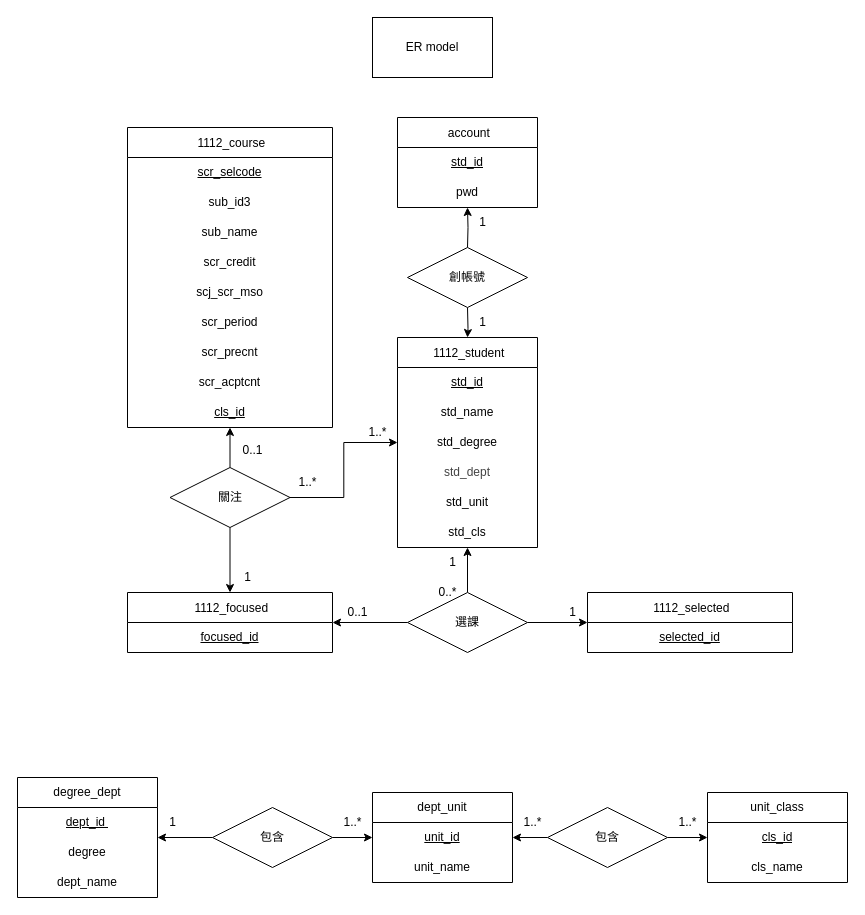
This is DB Schema 設計/ER model.drawio from SparrowTen/FCU_CourseSearch, a draw.io file, before an edit. Source tidied: cells renumbered, new cells numbered last; positions are measured from the earlier drawing's top-left corner, leaving out a move shared by most shapes. Both pictures are drawn from the tidied source at 100%, with x=0, y=0 at pixel (17, 17).
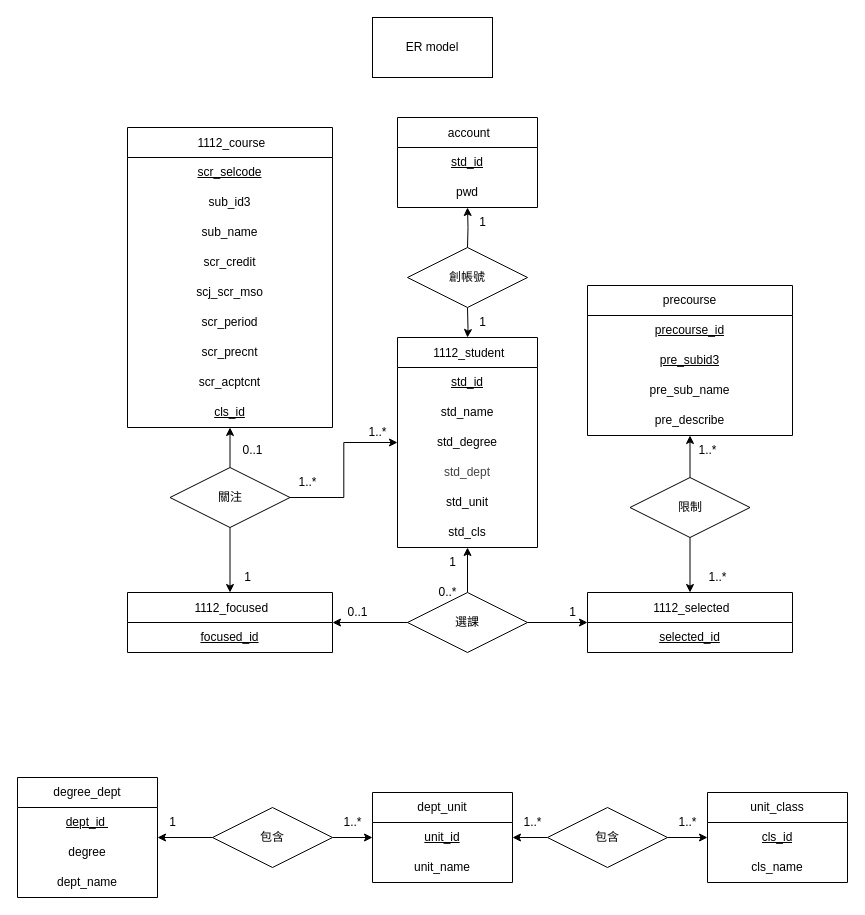
Above is the later version.

Commit message:
新增前置課程

The change refers to these unchanged cells:
```xml
<mxCell id="22" value="&lt;a class=&quot;hover_show_full&quot; href=&quot;http://localhost/phpmyadmin/index.php?route=/sql&amp;amp;pos=0&amp;amp;db=fcu&amp;amp;table=1112_selected&quot; title=&quot;瀏覽&quot; style=&quot;box-sizing: border-box; color: rgb(0, 0, 0); text-decoration-line: none; padding-left: 0.3em; line-height: 1.5em; height: 1.5em; position: relative; z-index: 100; vertical-align: sub; font-size: 12px; text-align: left;&quot;&gt;1112_selected&lt;/a&gt;" style="swimlane;fontStyle=0;horizontal=1;startSize=30;whiteSpace=wrap;html=1;fontFamily=Helvetica;fontSize=12;" parent="1" vertex="1">
  <mxGeometry x="570" y="575" width="205" height="60" as="geometry" />
</mxCell>
```

Diff of the diagram source:
```diff
@@
+    <mxCell id="68" value="precourse" style="swimlane;fontStyle=0;horizontal=1;startSize=30;whiteSpace=wrap;html=1;fontFamily=Helvetica;fontSize=12;" parent="1" vertex="1">
+      <mxGeometry x="570" y="268" width="205" height="150" as="geometry" />
+    </mxCell>
+    <mxCell id="69" value="precourse_id" style="text;strokeColor=none;fillColor=none;align=center;verticalAlign=middle;spacingLeft=4;spacingRight=4;overflow=hidden;whiteSpace=wrap;html=1;fontStyle=4;fontFamily=Helvetica;fontSize=12;" parent="68" vertex="1">
+      <mxGeometry y="30" width="205" height="30" as="geometry" />
+    </mxCell>
+    <mxCell id="70" value="pre_subid3" style="text;strokeColor=none;fillColor=none;align=center;verticalAlign=middle;spacingLeft=4;spacingRight=4;overflow=hidden;whiteSpace=wrap;html=1;fontFamily=Helvetica;fontSize=12;fontStyle=4;" parent="68" vertex="1">
+      <mxGeometry y="60" width="205" height="30" as="geometry" />
+    </mxCell>
+    <mxCell id="71" value="pre_sub_name" style="text;strokeColor=none;fillColor=none;align=center;verticalAlign=middle;spacingLeft=4;spacingRight=4;overflow=hidden;whiteSpace=wrap;html=1;fontFamily=Helvetica;fontSize=12;" parent="68" vertex="1">
+      <mxGeometry y="90" width="205" height="30" as="geometry" />
+    </mxCell>
+    <mxCell id="72" value="&lt;div style=&quot;line-height: 19px; font-size: 12px;&quot;&gt;&lt;font style=&quot;font-size: 12px;&quot;&gt;pre_describe&lt;/font&gt;&lt;br style=&quot;font-size: 12px;&quot;&gt;&lt;/div&gt;" style="text;strokeColor=none;fillColor=none;align=center;verticalAlign=middle;spacingLeft=4;spacingRight=4;overflow=hidden;html=1;whiteSpace=wrap;labelBackgroundColor=none;fontColor=default;fontFamily=Helvetica;fontSize=12;" parent="68" vertex="1">
+      <mxGeometry y="120" width="205" height="30" as="geometry" />
+    </mxCell>
+    <mxCell id="73" style="edgeStyle=orthogonalEdgeStyle;rounded=0;jettySize=auto;html=1;exitX=0.5;exitY=1;exitDx=0;exitDy=0;" parent="1" edge="1" source="75" target="22">
+      <mxGeometry relative="1" as="geometry" />
+    </mxCell>
+    <mxCell id="74" style="edgeStyle=orthogonalEdgeStyle;rounded=0;jettySize=auto;html=1;" parent="1" edge="1" source="75" target="68">
+      <mxGeometry relative="1" as="geometry" />
+    </mxCell>
+    <mxCell id="75" value="限制" style="shape=rhombus;perimeter=rhombusPerimeter;whiteSpace=wrap;html=1;align=center;fontFamily=Helvetica;fontSize=12;" parent="1" vertex="1">
+      <mxGeometry x="612.5" y="460" width="120" height="60" as="geometry" />
+    </mxCell>
+    <mxCell id="76" value="1..*" style="text;html=1;align=center;verticalAlign=middle;strokeColor=none;fillColor=none;" parent="1" vertex="1">
+      <mxGeometry x="670" y="418" width="40" height="30" as="geometry" />
+    </mxCell>
+    <mxCell id="77" value="1..*" style="text;html=1;align=center;verticalAlign=middle;strokeColor=none;fillColor=none;" parent="1" vertex="1">
+      <mxGeometry x="680" y="545" width="40" height="30" as="geometry" />
+    </mxCell>
```
